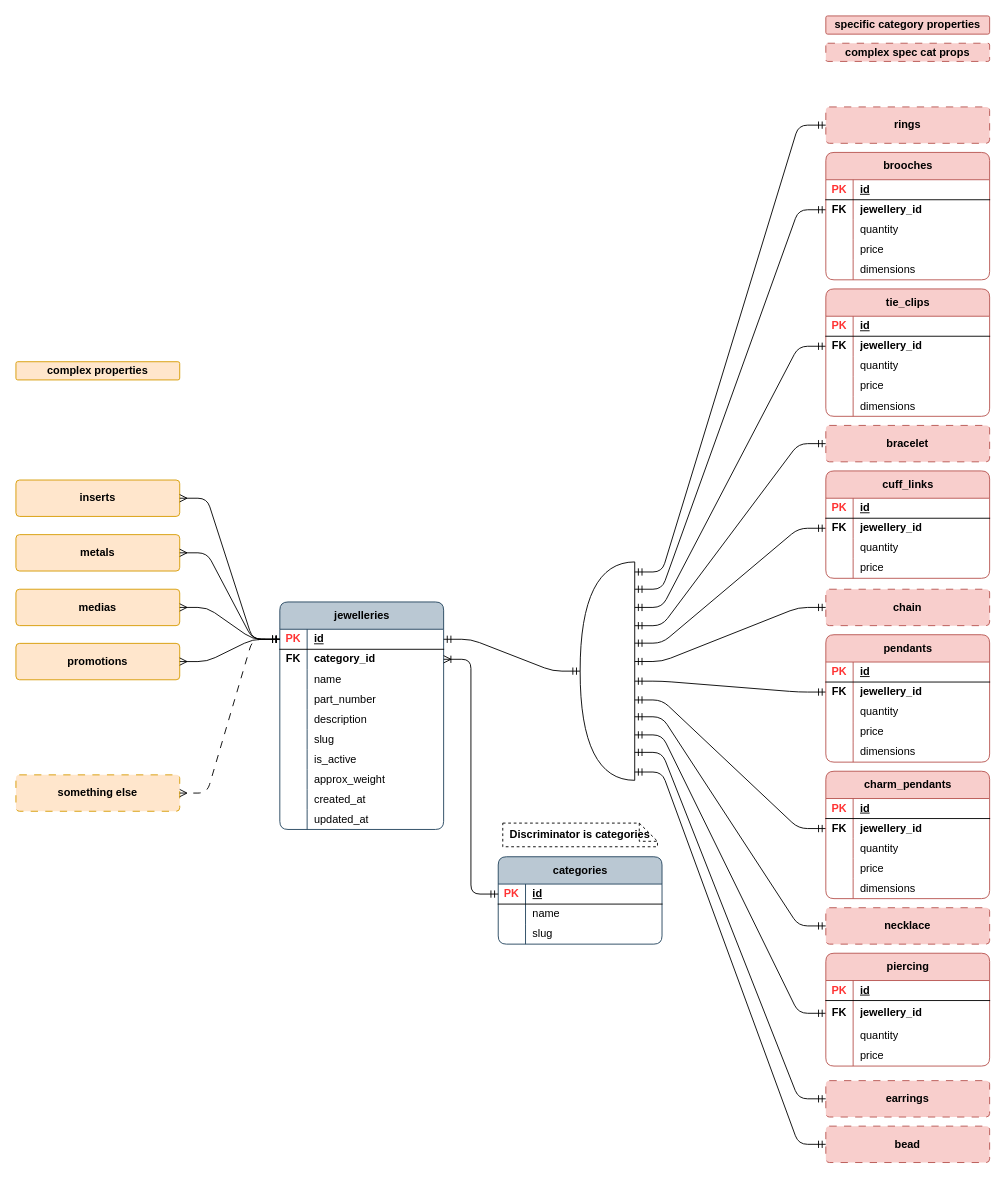
Before: page "psql_jewellery" (1 of 14) of publisher/laravel-app/psql_jewellery_items.drawio in Local-development-environment/msg-brokers-publisher-consumer, a draw.io diagram. Source tidied: cells renumbered, new cells numbered last; positions are measured from the earlier drawing's top-left corner, leaving out a move shared by most shapes. Both pictures are drawn from the tidied source at 91%, with x=0, y=0 at pixel (15, 15).
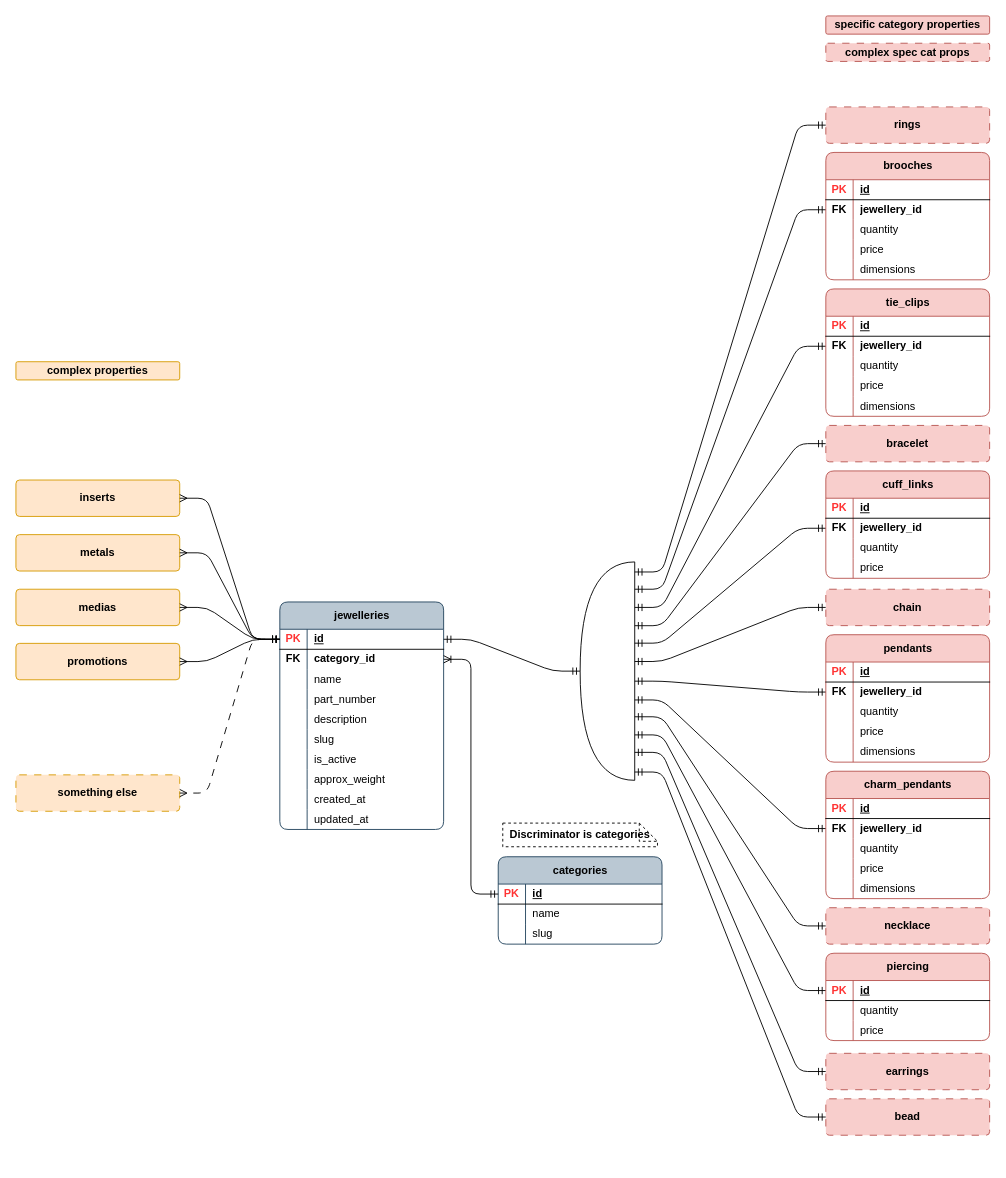
The same diagram, later.

The change refers to these unchanged cells:
```xml
<mxCell id="33" style="shape=or;whiteSpace=wrap;html=1;fillColor=none;direction=west;" parent="1" vertex="1">
  <mxGeometry x="620" y="600" width="60" height="240" as="geometry" />
</mxCell>
<mxCell id="140" style="shape=tableRow;horizontal=0;startSize=0;swimlaneHead=0;swimlaneBody=0;fillColor=none;points=[[0,0.5],[1,0.5]];portConstraint=eastwest;top=0;left=0;right=0;bottom=1;rounded=0;" parent="139" vertex="1">
  <mxGeometry y="30" width="180" height="22" as="geometry" />
</mxCell>
```

Diff of the diagram source:
```diff
@@
-    <mxCell id="44" style="edgeStyle=entityRelationEdgeStyle;fontSize=12;html=1;endArrow=ERmandOne;startArrow=ERmandOne;rounded=1;curved=0;arcSize=20;segment=30;entryX=0;entryY=0.5;entryDx=0;entryDy=0;exitX=0;exitY=0.208;exitDx=0;exitDy=0;exitPerimeter=0;" parent="1" edge="1" source="33" target="143">
+    <mxCell id="44" style="edgeStyle=entityRelationEdgeStyle;fontSize=12;html=1;endArrow=ERmandOne;startArrow=ERmandOne;rounded=1;curved=0;arcSize=20;segment=30;entryX=0;entryY=0.5;entryDx=0;entryDy=0;exitX=0;exitY=0.208;exitDx=0;exitDy=0;exitPerimeter=0;" parent="1" edge="1" source="33" target="140">
       <mxGeometry relative="1" as="geometry" />
     </mxCell>
@@
     <mxCell id="139" value="piercing" style="shape=table;startSize=30;childLayout=tableLayout;rowLines=0;fontStyle=1;align=center;html=1;rounded=1;swimlaneFillColor=none;fillColor=#f8cecc;strokeColor=#b85450;columnLines=1;arcSize=10;" parent="1" vertex="1">
-      <mxGeometry x="890" y="1030" width="180" height="124" as="geometry" />
+      <mxGeometry x="890" y="1030" width="180" height="96" as="geometry" />
     </mxCell>
@@
-    <mxCell id="143" style="shape=tableRow;horizontal=0;startSize=0;swimlaneHead=0;swimlaneBody=0;fillColor=none;points=[[0,0.5],[1,0.5]];portConstraint=eastwest;top=0;left=0;right=0;bottom=0;rounded=0;" parent="139" vertex="1">
-      <mxGeometry y="52" width="180" height="28" as="geometry" />
-    </mxCell>
-    <mxCell id="144" value="&lt;b&gt;FK&lt;/b&gt;" style="shape=partialRectangle;fillColor=none;top=0;left=0;bottom=0;right=0;overflow=hidden;whiteSpace=wrap;html=1;" parent="143" vertex="1">
-      <mxGeometry width="30" height="28" as="geometry" />
-    </mxCell>
-    <mxCell id="145" value="&lt;b&gt;jewellery_id&lt;/b&gt;" style="shape=partialRectangle;fillColor=none;top=0;left=0;bottom=0;right=0;align=left;spacingLeft=6;overflow=hidden;whiteSpace=wrap;html=1;" parent="143" vertex="1">
-      <mxGeometry x="30" width="150" height="28" as="geometry" />
-    </mxCell>
     <mxCell id="146" style="shape=tableRow;horizontal=0;startSize=0;swimlaneHead=0;swimlaneBody=0;fillColor=none;top=0;left=0;right=0;bottom=0;rounded=0;" parent="139" vertex="1">
-      <mxGeometry y="80" width="180" height="22" as="geometry" />
+      <mxGeometry y="52" width="180" height="22" as="geometry" />
     </mxCell>
@@
     <mxCell id="149" style="shape=tableRow;horizontal=0;startSize=0;swimlaneHead=0;swimlaneBody=0;fillColor=none;top=0;left=0;right=0;bottom=0;rounded=0;" parent="139" vertex="1">
-      <mxGeometry y="102" width="180" height="22" as="geometry" />
+      <mxGeometry y="74" width="180" height="22" as="geometry" />
     </mxCell>
@@
     <mxCell id="153" value="&lt;b&gt;bead&lt;/b&gt;" style="rounded=1;arcSize=10;whiteSpace=wrap;html=1;align=center;fillColor=#f8cecc;strokeColor=#b85450;dashed=1;dashPattern=8 8;" parent="1" vertex="1">
-      <mxGeometry x="890" y="1220" width="180" height="40" as="geometry" />
+      <mxGeometry x="890" y="1190" width="180" height="40" as="geometry" />
     </mxCell>
     <mxCell id="154" value="&lt;b&gt;earrings&lt;/b&gt;" style="rounded=1;arcSize=10;whiteSpace=wrap;html=1;align=center;fillColor=#f8cecc;strokeColor=#b85450;dashed=1;dashPattern=8 8;" parent="1" vertex="1">
-      <mxGeometry x="890" y="1170" width="180" height="40" as="geometry" />
+      <mxGeometry x="890" y="1140" width="180" height="40" as="geometry" />
     </mxCell>
```
